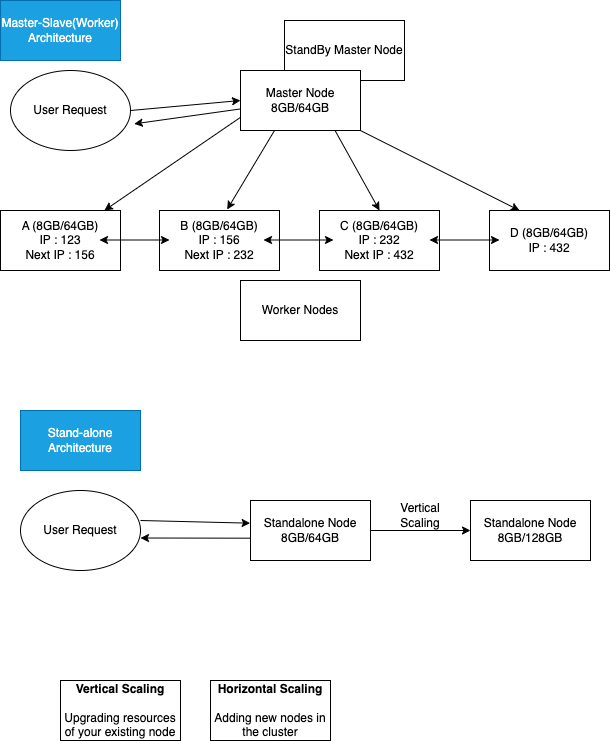
Above: master_slave_architecture.drawio.png in sammedtech/DataEngineering (draw.io), before the change. Source tidied: cells renumbered, new cells last; positions are measured from the earlier drawing's top-left corner, leaving out a move shared by most shapes.
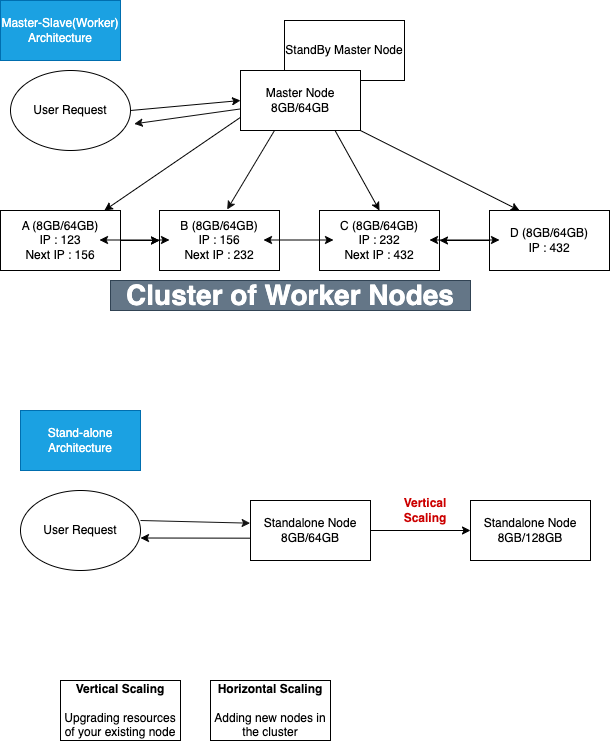
The same file after the commit.

What changed in the source:
```diff
@@ -1,4 +1,4 @@
-<mxGraphModel>
+<mxGraphModel background="#FFCC99">
   <root>
     <mxCell id="0" />
     <mxCell id="1" parent="0" />
@@ -8,63 +8,69 @@
     <mxCell id="3" value="C (8GB/64GB)&lt;br&gt;IP : 232&lt;br&gt;Next IP : 432" style="rounded=0;whiteSpace=wrap;html=1;" parent="1" vertex="1">
       <mxGeometry x="319" y="210" width="120" height="60" as="geometry" />
     </mxCell>
+    <mxCell id="30" style="edgeStyle=orthogonalEdgeStyle;rounded=0;jettySize=auto;html=1;" parent="1" edge="1" source="4" target="3">
+      <mxGeometry relative="1" as="geometry" />
+    </mxCell>
     <mxCell id="4" value="D (8GB/64GB)&lt;br&gt;IP : 432" style="rounded=0;whiteSpace=wrap;html=1;" parent="1" vertex="1">
       <mxGeometry x="489" y="210" width="120" height="60" as="geometry" />
     </mxCell>
+    <mxCell id="31" style="edgeStyle=orthogonalEdgeStyle;rounded=0;jettySize=auto;html=1;" parent="1" edge="1" source="5" target="2">
+      <mxGeometry relative="1" as="geometry" />
+    </mxCell>
+    <mxCell id="32" style="edgeStyle=orthogonalEdgeStyle;rounded=0;jettySize=auto;html=1;" parent="1" edge="1" source="5" target="2">
+      <mxGeometry relative="1" as="geometry" />
+    </mxCell>
     <mxCell id="5" value="A (8GB/64GB)&lt;br&gt;IP : 123&lt;br&gt;Next IP : 156" style="rounded=0;whiteSpace=wrap;html=1;" parent="1" vertex="1">
       <mxGeometry y="210" width="120" height="60" as="geometry" />
     </mxCell>
-    <mxCell id="6" style="endArrow=classic;startArrow=classic;html=1;rounded=0;" parent="1" edge="1">
+    <mxCell id="6" style="endArrow=classic;startArrow=classic;html=1;rounded=0;strokeColor=#000000;" parent="1" edge="1">
       <mxGeometry relative="1" as="geometry">
         <mxPoint x="99" y="239.5" as="sourcePoint" />
         <mxPoint x="169" y="239.5" as="targetPoint" />
       </mxGeometry>
     </mxCell>
-    <mxCell id="7" style="endArrow=classic;startArrow=classic;html=1;rounded=0;" parent="1" edge="1">
+    <mxCell id="7" style="endArrow=classic;startArrow=classic;html=1;rounded=0;strokeColor=#000000;" parent="1" edge="1">
       <mxGeometry relative="1" as="geometry">
         <mxPoint x="263" y="239.5" as="sourcePoint" />
         <mxPoint x="333" y="239.5" as="targetPoint" />
       </mxGeometry>
     </mxCell>
-    <mxCell id="8" style="endArrow=classic;startArrow=classic;html=1;rounded=0;" parent="1" edge="1">
+    <mxCell id="8" style="endArrow=classic;startArrow=classic;html=1;rounded=0;strokeColor=#000000;" parent="1" edge="1">
       <mxGeometry relative="1" as="geometry">
         <mxPoint x="429" y="239.5" as="sourcePoint" />
         <mxPoint x="499" y="239.5" as="targetPoint" />
       </mxGeometry>
     </mxCell>
-    <mxCell id="9" style="endArrow=classic;startArrow=classic;html=1;rounded=0;" parent="1" edge="1" source="5">
+    <mxCell id="9" style="endArrow=classic;startArrow=classic;html=1;rounded=0;strokeColor=#000000;" parent="1" edge="1" source="5">
       <mxGeometry relative="1" as="geometry">
         <mxPoint x="250" y="110" as="targetPoint" />
       </mxGeometry>
     </mxCell>
-    <mxCell id="10" style="endArrow=classic;startArrow=classic;html=1;rounded=0;exitX=0.564;exitY=-0.017;exitDx=0;exitDy=0;exitPerimeter=0;" parent="1" edge="1" source="2">
+    <mxCell id="10" style="endArrow=classic;startArrow=classic;html=1;rounded=0;exitX=0.564;exitY=-0.017;exitDx=0;exitDy=0;exitPerimeter=0;strokeColor=#0D0D0D;" parent="1" edge="1" source="2">
       <mxGeometry relative="1" as="geometry">
         <mxPoint x="280" y="120" as="targetPoint" />
       </mxGeometry>
     </mxCell>
-    <mxCell id="11" style="endArrow=classic;startArrow=classic;html=1;rounded=0;exitX=0.5;exitY=0;exitDx=0;exitDy=0;" parent="1" edge="1" source="3">
+    <mxCell id="11" style="endArrow=classic;startArrow=classic;html=1;rounded=0;exitX=0.5;exitY=0;exitDx=0;exitDy=0;strokeColor=#000000;" parent="1" edge="1" source="3">
       <mxGeometry relative="1" as="geometry">
         <mxPoint x="329" y="120" as="targetPoint" />
       </mxGeometry>
     </mxCell>
-    <mxCell id="12" style="endArrow=classic;startArrow=classic;html=1;rounded=0;exitX=0.25;exitY=0;exitDx=0;exitDy=0;entryX=0.833;entryY=0.833;entryDx=0;entryDy=0;entryPerimeter=0;" parent="1" edge="1" source="4" target="19">
+    <mxCell id="12" style="endArrow=classic;startArrow=classic;html=1;rounded=0;exitX=0.25;exitY=0;exitDx=0;exitDy=0;entryX=0.833;entryY=0.833;entryDx=0;entryDy=0;entryPerimeter=0;strokeColor=#000000;" parent="1" edge="1" source="4" target="19">
       <mxGeometry relative="1" as="geometry" />
     </mxCell>
     <mxCell id="13" value="Master-Slave(Worker) Architecture" style="rounded=0;whiteSpace=wrap;html=1;fillColor=#1ba1e2;fontColor=#ffffff;strokeColor=#006EAF;" parent="1" vertex="1">
       <mxGeometry width="120" height="60" as="geometry" />
     </mxCell>
-    <mxCell id="14" value="Worker Nodes" style="rounded=0;whiteSpace=wrap;html=1;" parent="1" vertex="1">
-      <mxGeometry x="240" y="280" width="120" height="60" as="geometry" />
-    </mxCell>
     <mxCell id="15" value="User Request" style="ellipse;whiteSpace=wrap;html=1;" parent="1" vertex="1">
       <mxGeometry x="10" y="70" width="120" height="80" as="geometry" />
     </mxCell>
-    <mxCell id="16" style="endArrow=classic;html=1;rounded=0;entryX=0;entryY=0.5;entryDx=0;entryDy=0;" parent="1" edge="1" target="19">
+    <mxCell id="16" style="endArrow=classic;html=1;rounded=0;entryX=0;entryY=0.5;entryDx=0;entryDy=0;strokeColor=#050505;" parent="1" edge="1" target="19">
       <mxGeometry relative="1" as="geometry">
         <mxPoint x="130" y="110" as="sourcePoint" />
       </mxGeometry>
     </mxCell>
-    <mxCell id="17" style="endArrow=classic;html=1;rounded=0;entryX=1.031;entryY=0.667;entryDx=0;entryDy=0;entryPerimeter=0;" parent="1" edge="1" source="19" target="15">
+    <mxCell id="17" style="endArrow=classic;html=1;rounded=0;entryX=1.031;entryY=0.667;entryDx=0;entryDy=0;entryPerimeter=0;strokeColor=#0D0D0D;" parent="1" edge="1" source="19" target="15">
       <mxGeometry relative="1" as="geometry" />
     </mxCell>
     <mxCell id="18" value="StandBy Master Node" style="rounded=0;whiteSpace=wrap;html=1;" parent="1" vertex="1">
@@ -76,12 +82,12 @@
     <mxCell id="20" value="User Request" style="ellipse;whiteSpace=wrap;html=1;" parent="1" vertex="1">
       <mxGeometry x="20" y="490" width="120" height="80" as="geometry" />
     </mxCell>
-    <mxCell id="21" style="endArrow=classic;html=1;rounded=0;entryX=-0.003;entryY=0.378;entryDx=0;entryDy=0;entryPerimeter=0;" parent="1" edge="1" target="23">
+    <mxCell id="21" style="endArrow=classic;html=1;rounded=0;entryX=-0.003;entryY=0.378;entryDx=0;entryDy=0;entryPerimeter=0;strokeColor=#141414;" parent="1" edge="1" target="23">
       <mxGeometry relative="1" as="geometry">
         <mxPoint x="140" y="520" as="sourcePoint" />
       </mxGeometry>
     </mxCell>
-    <mxCell id="22" style="endArrow=classic;html=1;rounded=0;entryX=1.031;entryY=0.667;entryDx=0;entryDy=0;entryPerimeter=0;exitX=-0.003;exitY=0.628;exitDx=0;exitDy=0;exitPerimeter=0;" parent="1" edge="1" source="23">
+    <mxCell id="22" style="endArrow=classic;html=1;rounded=0;entryX=1.031;entryY=0.667;entryDx=0;entryDy=0;entryPerimeter=0;exitX=-0.003;exitY=0.628;exitDx=0;exitDy=0;exitPerimeter=0;strokeColor=#000000;" parent="1" edge="1" source="23">
       <mxGeometry relative="1" as="geometry">
         <mxPoint x="140" y="537.5" as="targetPoint" />
       </mxGeometry>
@@ -101,11 +107,14 @@
     <mxCell id="27" value="Standalone Node&lt;br&gt;8GB/128GB" style="rounded=0;whiteSpace=wrap;html=1;" parent="1" vertex="1">
       <mxGeometry x="470" y="500" width="120" height="60" as="geometry" />
     </mxCell>
-    <mxCell id="28" style="edgeStyle=orthogonalEdgeStyle;rounded=0;jettySize=auto;html=1;" parent="1" edge="1" source="23" target="27">
+    <mxCell id="28" style="edgeStyle=orthogonalEdgeStyle;rounded=0;jettySize=auto;html=1;strokeColor=#000000;" parent="1" edge="1" source="23" target="27">
       <mxGeometry relative="1" as="geometry" />
     </mxCell>
-    <mxCell id="29" value="Vertical Scaling" style="text;html=1;strokeColor=none;fillColor=none;align=center;verticalAlign=middle;whiteSpace=wrap;rounded=0;" parent="1" vertex="1">
-      <mxGeometry x="390" y="500" width="60" height="30" as="geometry" />
+    <mxCell id="29" value="&lt;font color=&quot;#cc0000&quot;&gt;&lt;b&gt;Vertical Scaling&lt;/b&gt;&lt;/font&gt;" style="text;html=1;strokeColor=none;fillColor=none;align=center;verticalAlign=middle;whiteSpace=wrap;rounded=0;" parent="1" vertex="1">
+      <mxGeometry x="390" y="490" width="70" height="40" as="geometry" />
     </mxCell>
+    <mxCell id="33" value="&lt;font style=&quot;font-size: 28px;&quot;&gt;&lt;b&gt;Cluster of Worker Nodes&lt;/b&gt;&lt;/font&gt;" style="text;html=1;strokeColor=#314354;fillColor=#647687;align=center;verticalAlign=middle;whiteSpace=wrap;rounded=0;fontColor=#ffffff;" parent="1" vertex="1">
+      <mxGeometry x="110" y="280" width="360" height="30" as="geometry" />
+    </mxCell>
   </root>
 </mxGraphModel>
```
